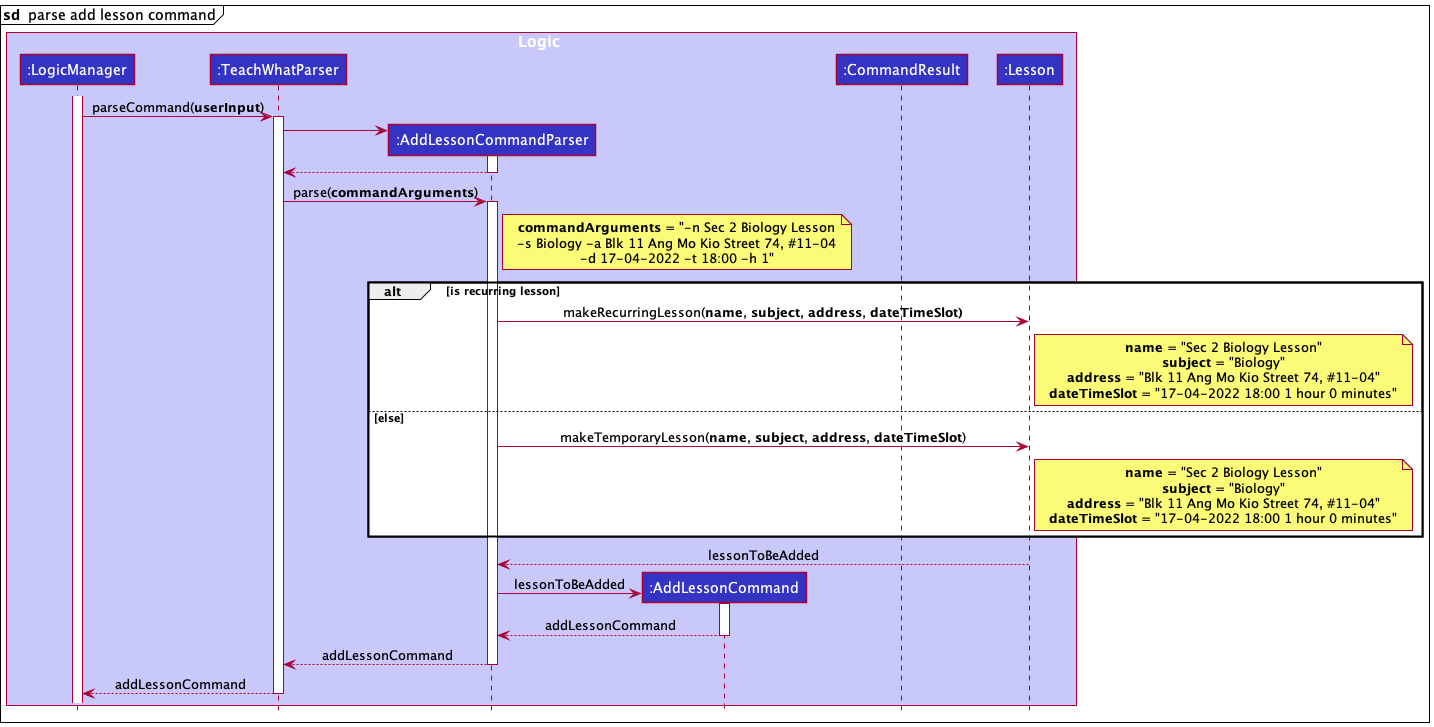
This is docs/images/AddLessonSequenceDiagram_2.png from nus-cs2103-AY2122S2/tp, a PlantUML export, as it was before one commit. Its diagram source:
```plantuml
@startuml
mainframe **sd**  parse add lesson command
!include style.puml

box Logic LOGIC_COLOR_T1
participant ":LogicManager" as LogicManager LOGIC_COLOR
participant ":TeachWhatParser" as TeachWhatParser LOGIC_COLOR
participant ":AddLessonCommandParser" as AddLessonCommandParser LOGIC_COLOR
participant ":AddLessonCommand" as AddLessonCommand LOGIC_COLOR
participant ":CommandResult" as CommandResult LOGIC_COLOR
participant ":Lesson" as Lesson LOGIC_COLOR
end box

activate LogicManager

LogicManager -> TeachWhatParser : parseCommand(**userInput**)
activate TeachWhatParser

create AddLessonCommandParser
TeachWhatParser -> AddLessonCommandParser
activate AddLessonCommandParser

AddLessonCommandParser --> TeachWhatParser
deactivate AddLessonCommandParser

TeachWhatParser -> AddLessonCommandParser : parse(**commandArguments**)
note right of AddLessonCommandParser
**commandArguments** = "-n Sec 2 Biology Lesson
-s Biology -a Blk 11 Ang Mo Kio Street 74, #11-04
-d 17-04-2022 -t 18:00 -h 1"
end note
activate AddLessonCommandParser

alt is recurring lesson
    AddLessonCommandParser -> Lesson : makeRecurringLesson(**name**, **subject**, **address**, **dateTimeSlot)**

    note right of Lesson
    **name** = "Sec 2 Biology Lesson"
    **subject** = "Biology"
    **address** = "Blk 11 Ang Mo Kio Street 74, #11-04"
    **dateTimeSlot** = "17-04-2022 18:00 1 hour 0 minutes"
    end note
else else
    AddLessonCommandParser -> Lesson : makeTemporaryLesson(**name**, **subject**, **address**, **dateTimeSlot**)

    note right of Lesson
    **name** = "Sec 2 Biology Lesson"
    **subject** = "Biology"
    **address** = "Blk 11 Ang Mo Kio Street 74, #11-04"
    **dateTimeSlot** = "17-04-2022 18:00 1 hour 0 minutes"
    end note
end

AddLessonCommandParser <-- Lesson : lessonToBeAdded

create AddLessonCommand
AddLessonCommandParser -> AddLessonCommand : lessonToBeAdded
activate AddLessonCommand

AddLessonCommand --> AddLessonCommandParser : addLessonCommand
deactivate AddLessonCommand

AddLessonCommandParser --> TeachWhatParser : addLessonCommand
deactivate AddLessonCommandParser

TeachWhatParser --> LogicManager : addLessonCommand
deactivate TeachWhatParser

@enduml
```
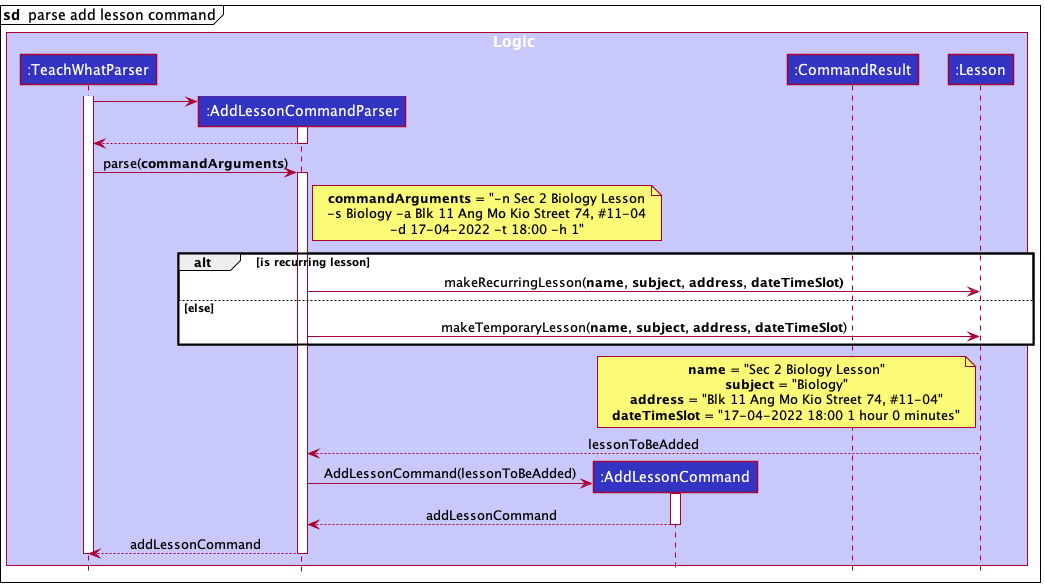
After the change.

Change to the diagram source:
```diff
@@ -3,7 +3,7 @@
 !include style.puml
 
 box Logic LOGIC_COLOR_T1
-participant ":LogicManager" as LogicManager LOGIC_COLOR
+
 participant ":TeachWhatParser" as TeachWhatParser LOGIC_COLOR
 participant ":AddLessonCommandParser" as AddLessonCommandParser LOGIC_COLOR
 participant ":AddLessonCommand" as AddLessonCommand LOGIC_COLOR
@@ -11,9 +11,6 @@
 participant ":Lesson" as Lesson LOGIC_COLOR
 end box
 
-activate LogicManager
-
-LogicManager -> TeachWhatParser : parseCommand(**userInput**)
 activate TeachWhatParser
 
 create AddLessonCommandParser
@@ -33,28 +30,21 @@
 
 alt is recurring lesson
     AddLessonCommandParser -> Lesson : makeRecurringLesson(**name**, **subject**, **address**, **dateTimeSlot)**
-
-    note right of Lesson
-    **name** = "Sec 2 Biology Lesson"
-    **subject** = "Biology"
-    **address** = "Blk 11 Ang Mo Kio Street 74, #11-04"
-    **dateTimeSlot** = "17-04-2022 18:00 1 hour 0 minutes"
-    end note
 else else
     AddLessonCommandParser -> Lesson : makeTemporaryLesson(**name**, **subject**, **address**, **dateTimeSlot**)
+end
 
-    note right of Lesson
-    **name** = "Sec 2 Biology Lesson"
-    **subject** = "Biology"
-    **address** = "Blk 11 Ang Mo Kio Street 74, #11-04"
-    **dateTimeSlot** = "17-04-2022 18:00 1 hour 0 minutes"
-    end note
-end
+note left of Lesson
+**name** = "Sec 2 Biology Lesson"
+**subject** = "Biology"
+**address** = "Blk 11 Ang Mo Kio Street 74, #11-04"
+**dateTimeSlot** = "17-04-2022 18:00 1 hour 0 minutes"
+end note
 
 AddLessonCommandParser <-- Lesson : lessonToBeAdded
 
 create AddLessonCommand
-AddLessonCommandParser -> AddLessonCommand : lessonToBeAdded
+AddLessonCommandParser -> AddLessonCommand : AddLessonCommand(lessonToBeAdded)
 activate AddLessonCommand
 
 AddLessonCommand --> AddLessonCommandParser : addLessonCommand
@@ -63,7 +53,6 @@
 AddLessonCommandParser --> TeachWhatParser : addLessonCommand
 deactivate AddLessonCommandParser
 
-TeachWhatParser --> LogicManager : addLessonCommand
 deactivate TeachWhatParser
 
 @enduml
```
